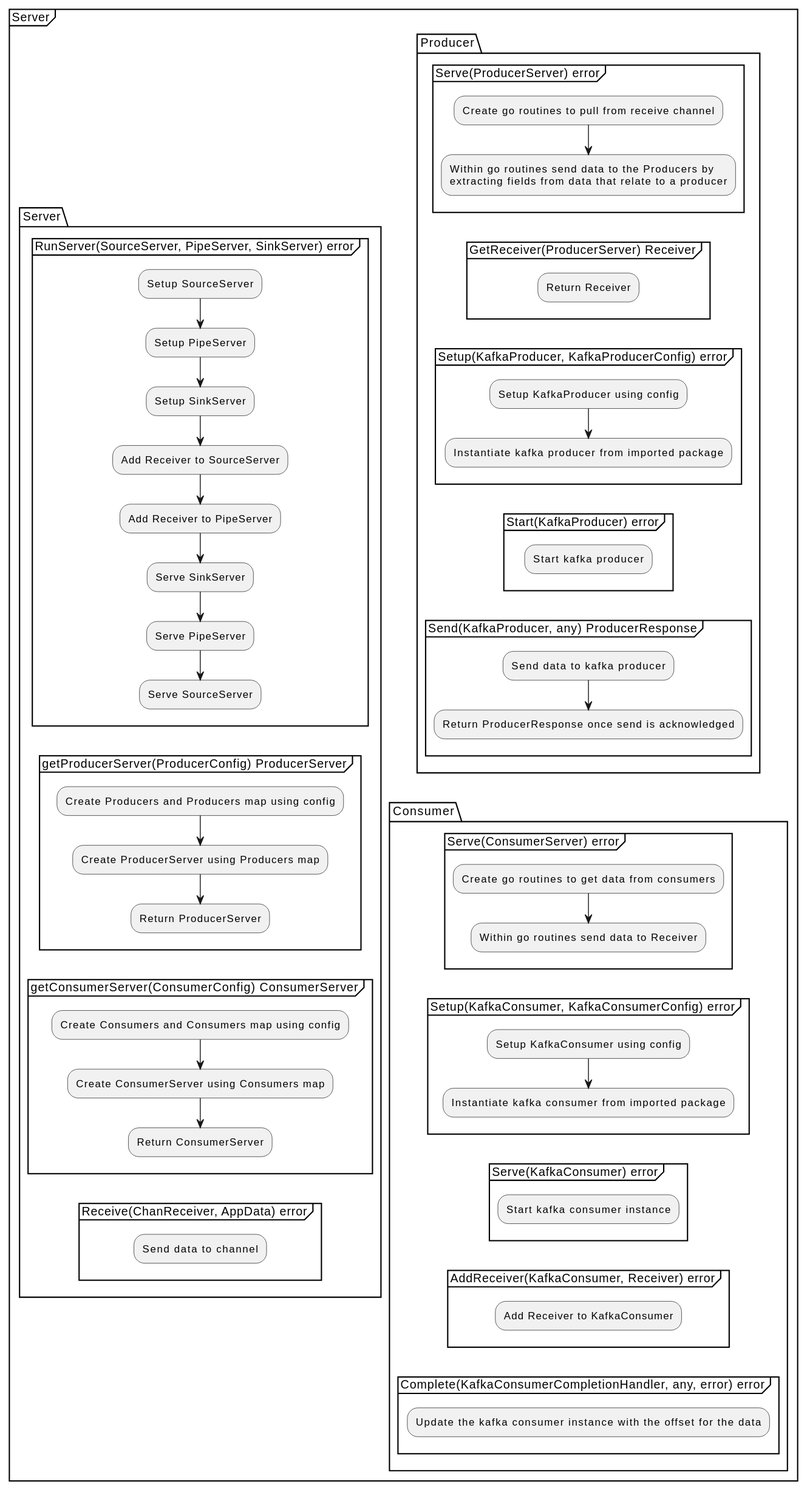
Above: docs/design_notes/DN1_JSON_Extractor/implementation_server.svg in xtuml/otel2pv (PlantUML), before the change.
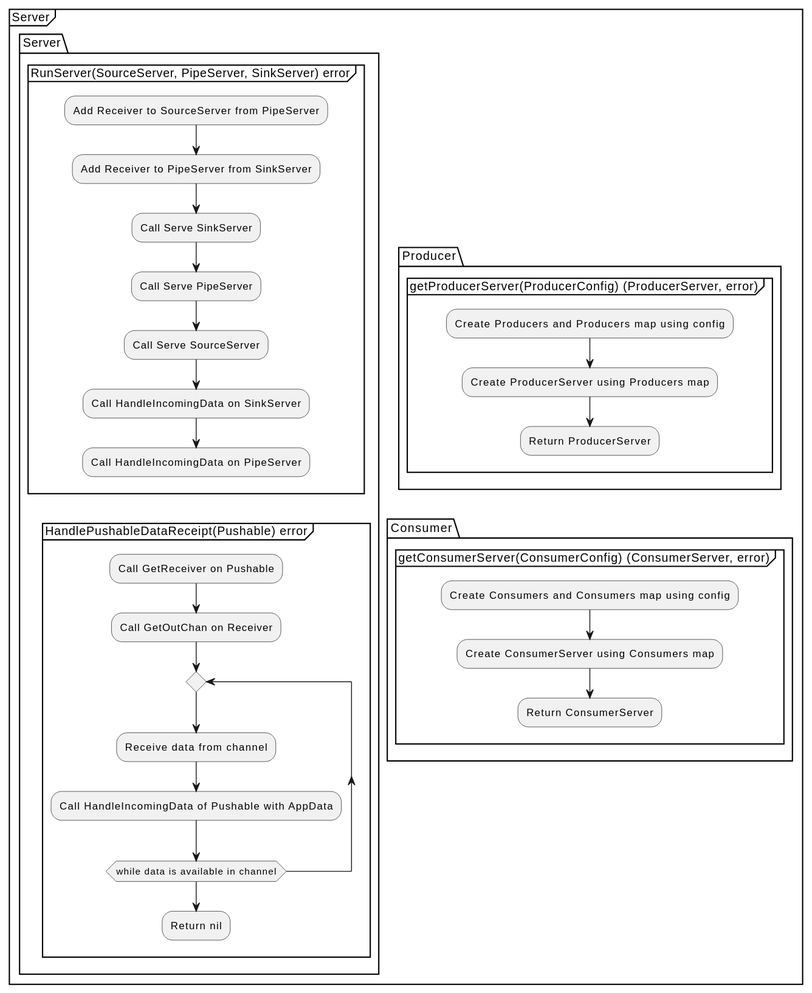
After the change.

Diff of the diagram source:
```diff
@@ -4,81 +4,41 @@
         -[hidden]->
         package Server {
             group RunServer(SourceServer, PipeServer, SinkServer) error {
-                :Setup SourceServer;
-                :Setup PipeServer;
-                :Setup SinkServer;
-                :Add Receiver to SourceServer;
-                :Add Receiver to PipeServer;
-                :Serve SinkServer;
-                :Serve PipeServer;
-                :Serve SourceServer;
+                :Add Receiver to SourceServer from PipeServer;
+                :Add Receiver to PipeServer from SinkServer;
+                :Call Serve SinkServer;
+                :Call Serve PipeServer;
+                :Call Serve SourceServer;
+                :Call HandleIncomingData on SinkServer;
+                :Call HandleIncomingData on PipeServer;
                 detach
             }
-            group getProducerServer(ProducerConfig) ProducerServer {
-                :Create Producers and Producers map using config;
-                :Create ProducerServer using Producers map;
-                :Return ProducerServer;
-                detach
-            }
-            group getConsumerServer(ConsumerConfig) ConsumerServer {
-                :Create Consumers and Consumers map using config;
-                :Create ConsumerServer using Consumers map;
-                :Return ConsumerServer;
-                detach
-            }
-            group Receive(ChanReceiver, AppData) error {
-                :Send data to channel;
+            group HandlePushableDataReceipt(Pushable) error {
+                :Call GetReceiver on Pushable;
+                :Call GetOutChan on Receiver;
+                repeat
+                    :Receive data from channel;
+                    :Call HandleIncomingData of Pushable with AppData;
+                repeat while (while data is available in channel)
+                :Return nil;
                 detach
             }
         }
         split again
         -[hidden]->
         package Producer {
-            group Serve(ProducerServer) error {
-                :Create go routines to pull from receive channel;
-                :Within go routines send data to the Producers by\nextracting fields from data that relate to a producer;
-                detach
-            }
-            group GetReceiver(ProducerServer) Receiver {
-                :Return Receiver;
-                detach
-            }
-            group Setup(KafkaProducer, KafkaProducerConfig) error {
-                :Setup KafkaProducer using config;
-                :Instantiate kafka producer from imported package;
-                detach
-            }
-            group Start(KafkaProducer) error {
-                :Start kafka producer;
-                detach
-            }
-            group Send(KafkaProducer, any) ProducerResponse {
-                :Send data to kafka producer;
-                :Return ProducerResponse once send is acknowledged;
+            group getProducerServer(ProducerConfig) (ProducerServer, error) {
+                :Create Producers and Producers map using config;
+                :Create ProducerServer using Producers map;
+                :Return ProducerServer;
                 detach
             }
         }
         package Consumer {
-            group Serve(ConsumerServer) error {
-                :Create go routines to get data from consumers;
-                :Within go routines send data to Receiver;
-                detach
-            }
-            group Setup(KafkaConsumer, KafkaConsumerConfig) error {
-                :Setup KafkaConsumer using config;
-                :Instantiate kafka consumer from imported package;
-                detach
-            }
-            group Serve(KafkaConsumer) error {
-                :Start kafka consumer instance;
-                detach
-            }
-            group AddReceiver(KafkaConsumer, Receiver) error {
-                :Add Receiver to KafkaConsumer;
-                detach
-            }
-            group Complete(KafkaConsumerCompletionHandler, any, error) error {
-                :Update the kafka consumer instance with the offset for the data;
+            group getConsumerServer(ConsumerConfig) (ConsumerServer, error) {
+                :Create Consumers and Consumers map using config;
+                :Create ConsumerServer using Consumers map;
+                :Return ConsumerServer;
                 detach
             }
         }
```
